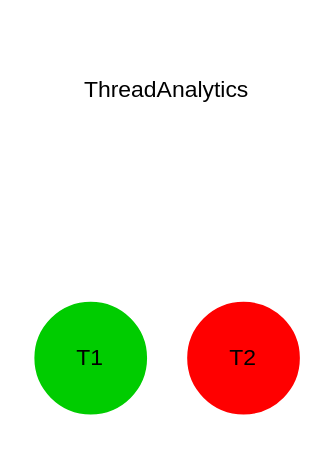
Above: docs/Wiki/Parallelisation/diagrams/threadAnalytics.drawio in butterplup/Task-Scheduler (draw.io), before the change. Source tidied: cells renumbered, new cells numbered last; positions are measured from the earlier drawing's top-left corner, leaving out a move shared by most shapes. Both pictures are drawn from the tidied source at 191%, with x=0, y=0 at pixel (32, 32).
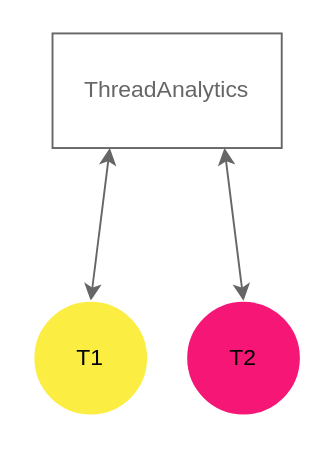
After the change.

The edit, as a diff of the source:
```diff
@@
 <mxGraphModel>
   <root>
     <mxCell id="0" />
     <mxCell id="1" parent="0" />
-    <mxCell id="2" value="T2" style="ellipse;whiteSpace=wrap;html=1;fillColor=#FF0000;strokeColor=#FFFFFF;" parent="1" vertex="1">
+    <mxCell id="2" value="T2" style="ellipse;whiteSpace=wrap;html=1;strokeColor=#FFFFFF;fillColor=#F51676;" parent="1" vertex="1">
       <mxGeometry x="80" y="140" width="60" height="60" as="geometry" />
     </mxCell>
-    <mxCell id="3" value="ThreadAnalytics" style="rounded=0;whiteSpace=wrap;html=1;fillColor=#FFFFFF;strokeColor=#FFFFFF;" parent="1" vertex="1">
+    <mxCell id="3" value="ThreadAnalytics" style="rounded=0;whiteSpace=wrap;html=1;fillColor=#FFFFFF;strokeColor=#666666;fontColor=#666666;" parent="1" vertex="1">
       <mxGeometry x="10" width="120" height="60" as="geometry" />
     </mxCell>
-    <mxCell id="4" style="endArrow=classic;startArrow=classic;html=1;exitX=0.5;exitY=0;exitDx=0;exitDy=0;entryX=0.25;entryY=1;entryDx=0;entryDy=0;strokeColor=#FFFFFF;" parent="1" edge="1" source="6" target="3">
+    <mxCell id="4" style="endArrow=classic;startArrow=classic;html=1;exitX=0.5;exitY=0;exitDx=0;exitDy=0;entryX=0.25;entryY=1;entryDx=0;entryDy=0;strokeColor=#666666;" parent="1" edge="1" source="6" target="3">
       <mxGeometry relative="1" as="geometry" />
     </mxCell>
-    <mxCell id="5" style="endArrow=classic;startArrow=classic;html=1;exitX=0.5;exitY=0;exitDx=0;exitDy=0;entryX=0.75;entryY=1;entryDx=0;entryDy=0;strokeColor=#FFFFFF;" parent="1" edge="1" source="2" target="3">
+    <mxCell id="5" style="endArrow=classic;startArrow=classic;html=1;exitX=0.5;exitY=0;exitDx=0;exitDy=0;entryX=0.75;entryY=1;entryDx=0;entryDy=0;strokeColor=#666666;" parent="1" edge="1" source="2" target="3">
       <mxGeometry relative="1" as="geometry" />
     </mxCell>
-    <mxCell id="6" value="T1" style="ellipse;whiteSpace=wrap;html=1;fillColor=#00CC00;strokeColor=#FFFFFF;" parent="1" vertex="1">
+    <mxCell id="6" value="T1" style="ellipse;whiteSpace=wrap;html=1;strokeColor=#FFFFFF;fillColor=#FBED42;" parent="1" vertex="1">
       <mxGeometry y="140" width="60" height="60" as="geometry" />
     </mxCell>
   </root>
 </mxGraphModel>
```
